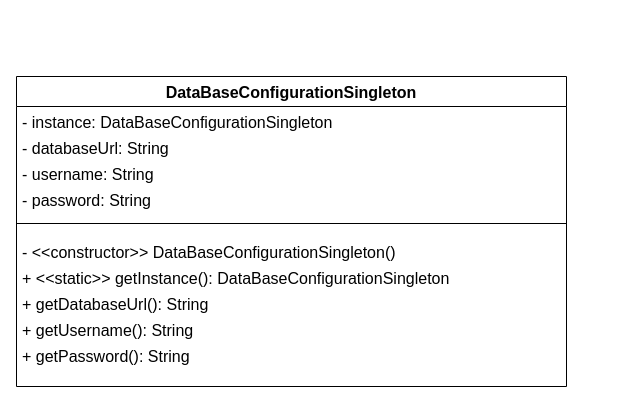
The draw.io diagram Padroes de Projeto/Singleton/UML/Singleton.drawio in SoSoJigsaw/bertoti, before the edit. Source tidied: cells renumbered, new cells numbered last; positions are measured from the earlier drawing's top-left corner, leaving out a move shared by most shapes. Both pictures are drawn from the tidied source at 100%, with x=0, y=0 at pixel (16, 76).
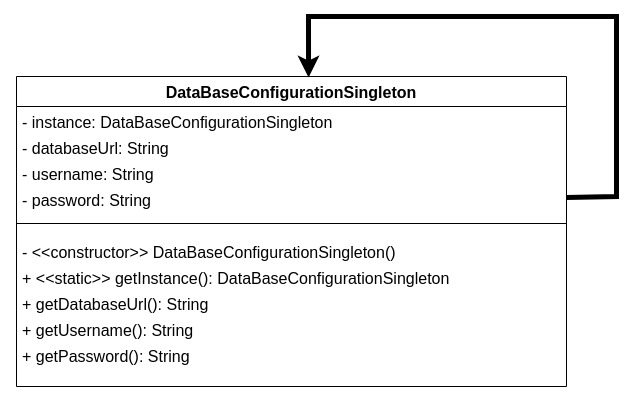
The same diagram, later.

What changed in the source:
```diff
@@
 <mxGraphModel>
   <root>
     <mxCell id="0" />
     <mxCell id="1" parent="0" />
     <mxCell id="2" value="DataBaseConfigurationSingleton" style="swimlane;fontStyle=1;align=center;verticalAlign=top;horizontal=1;startSize=30;rounded=0;shadow=0;strokeWidth=1;fontSize=16;" parent="1" vertex="1">
       <mxGeometry width="550" height="310" as="geometry" />
     </mxCell>
     <mxCell id="3" value="- instance: DataBaseConfigurationSingleton" style="text;align=left;verticalAlign=top;spacingLeft=4;spacingRight=4;overflow=hidden;fontSize=16;" parent="2" vertex="1">
       <mxGeometry y="30" width="550" height="26" as="geometry" />
     </mxCell>
     <mxCell id="4" value="- databaseUrl: String" style="text;align=left;verticalAlign=top;spacingLeft=4;spacingRight=4;overflow=hidden;rounded=0;shadow=0;html=0;fontSize=16;" parent="2" vertex="1">
       <mxGeometry y="56" width="550" height="26" as="geometry" />
     </mxCell>
     <mxCell id="5" value="- username: String" style="text;align=left;verticalAlign=top;spacingLeft=4;spacingRight=4;overflow=hidden;rounded=0;shadow=0;html=0;fontSize=16;" parent="2" vertex="1">
       <mxGeometry y="82" width="550" height="26" as="geometry" />
     </mxCell>
     <mxCell id="6" value="- password: String" style="text;align=left;verticalAlign=top;spacingLeft=4;spacingRight=4;overflow=hidden;points=[[0,0.5],[1,0.5]];portConstraint=eastwest;rounded=0;shadow=0;html=0;fontSize=16;" parent="2" vertex="1">
       <mxGeometry y="108" width="550" height="26" as="geometry" />
     </mxCell>
     <mxCell id="7" style="line;html=1;strokeWidth=1;align=left;verticalAlign=middle;spacingTop=-1;spacingLeft=3;spacingRight=3;labelPosition=right;" parent="2" vertex="1">
       <mxGeometry y="134" width="550" height="26" as="geometry" />
     </mxCell>
     <mxCell id="8" value="- &lt;&lt;constructor&gt;&gt; DataBaseConfigurationSingleton()" style="text;align=left;verticalAlign=top;spacingLeft=4;spacingRight=4;overflow=hidden;fontSize=16;" parent="2" vertex="1">
       <mxGeometry y="160" width="550" height="26" as="geometry" />
     </mxCell>
     <mxCell id="9" value="+ &lt;&lt;static&gt;&gt; getInstance(): DataBaseConfigurationSingleton" style="text;align=left;verticalAlign=top;spacingLeft=4;spacingRight=4;overflow=hidden;fontSize=16;" parent="2" vertex="1">
       <mxGeometry y="186" width="550" height="26" as="geometry" />
     </mxCell>
     <mxCell id="10" value="+ getDatabaseUrl(): String" style="text;align=left;verticalAlign=top;spacingLeft=4;spacingRight=4;overflow=hidden;fontSize=16;" parent="2" vertex="1">
       <mxGeometry y="212" width="550" height="26" as="geometry" />
     </mxCell>
     <mxCell id="11" value="+ getUsername(): String" style="text;align=left;verticalAlign=top;spacingLeft=4;spacingRight=4;overflow=hidden;fontSize=16;" parent="2" vertex="1">
       <mxGeometry y="238" width="550" height="26" as="geometry" />
     </mxCell>
     <mxCell id="12" value="+ getPassword(): String" style="text;align=left;verticalAlign=top;spacingLeft=4;spacingRight=4;overflow=hidden;fontSize=16;" parent="2" vertex="1">
       <mxGeometry y="264" width="550" height="26" as="geometry" />
     </mxCell>
+    <mxCell id="13" style="endArrow=classic;html=1;rounded=0;exitX=1;exitY=0.5;exitDx=0;exitDy=0;entryX=0.531;entryY=0.003;entryDx=0;entryDy=0;entryPerimeter=0;strokeWidth=5;" parent="2" edge="1" source="6" target="2">
+      <mxGeometry relative="1" as="geometry">
+        <Array as="points">
+          <mxPoint x="600" y="120" />
+          <mxPoint x="600" y="-60" />
+          <mxPoint x="292" y="-60" />
+        </Array>
+      </mxGeometry>
+    </mxCell>
   </root>
 </mxGraphModel>
```
